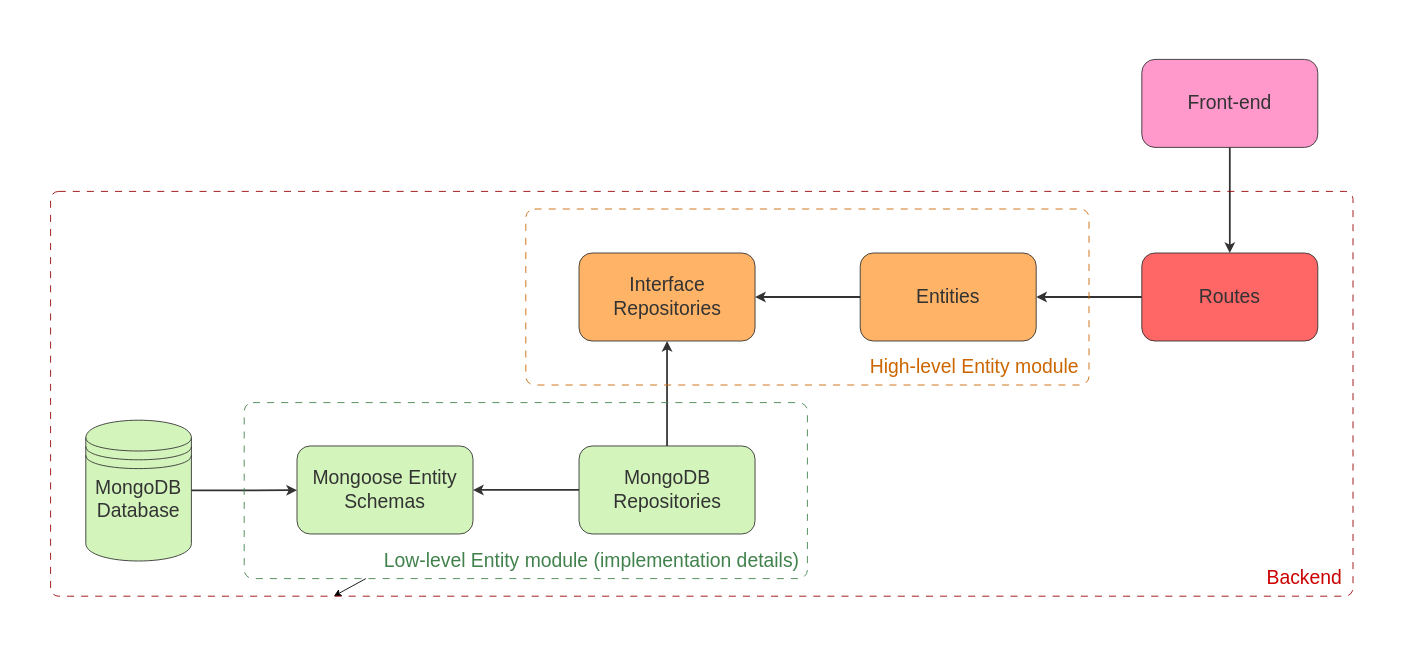
Earlier version of the draw.io diagram docs/diagrams/architecture.drawio (MathisJANKOVIC/EatInGreen). Source tidied: cells renumbered, new cells numbered last; positions are measured from the earlier drawing's top-left corner, leaving out a move shared by most shapes. Both pictures are drawn from the tidied source at 88%, with x=0, y=0 at pixel (15, 15).
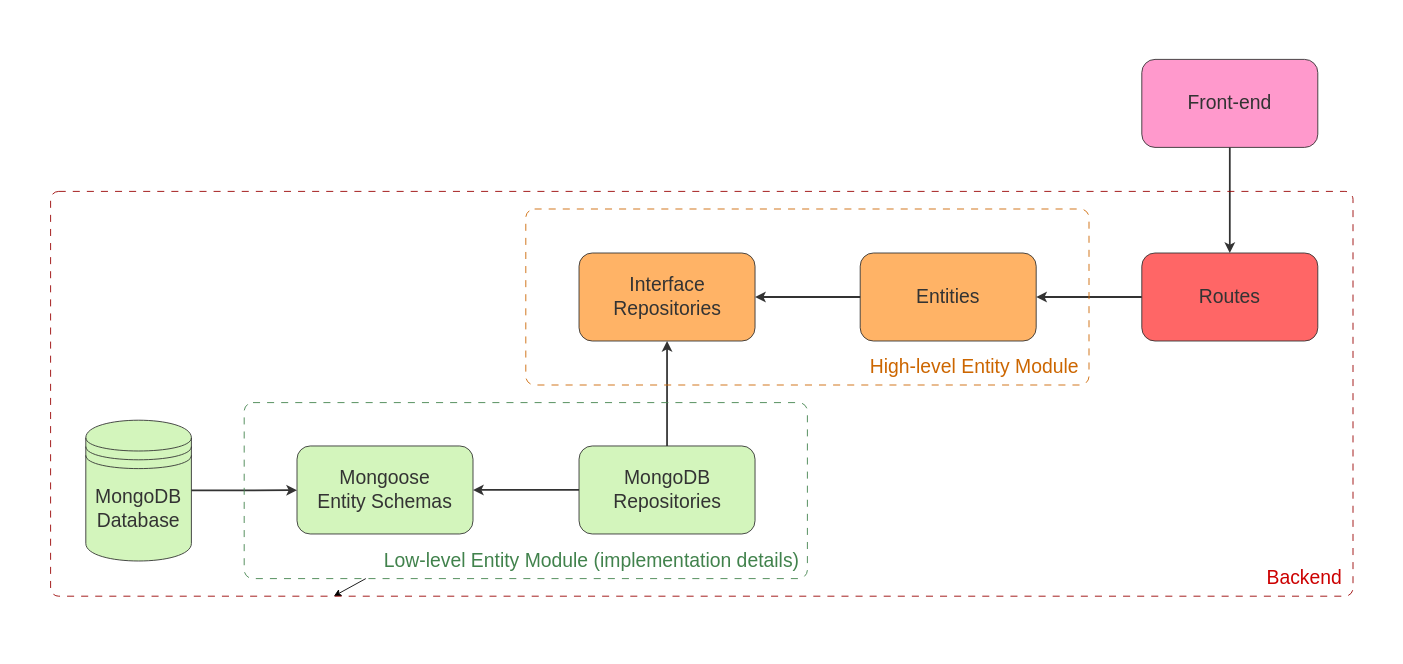
Above is the later version.

Commit message (it also covers changes not shown here):
Add modules delimitation in details architecture diagram

Unchanged cells that the change refers to:
```xml
<mxCell id="2" style="swimlane;startSize=0;strokeColor=none;" parent="1" vertex="1">
  <mxGeometry width="1560" height="720" as="geometry" />
</mxCell>
```

The edit, as a diff of the source:
```diff
@@
-    <mxCell id="4" value="&lt;font style=&quot;font-size: 22px;&quot; color=&quot;#333333&quot;&gt;MongoDB Database&lt;/font&gt;" style="text;strokeColor=none;align=center;fillColor=none;html=1;verticalAlign=middle;whiteSpace=wrap;rounded=0;" parent="2" vertex="1">
-      <mxGeometry x="96" y="521.1" width="88" height="58" as="geometry" />
-    </mxCell>
-    <mxCell id="5" value="&lt;span style=&quot;font-size: 22px;&quot;&gt;Mongoose Entity Schemas&lt;/span&gt;" style="rounded=1;whiteSpace=wrap;html=1;strokeColor=#333333;fontColor=#333333;fillColor=#D3F5BC;" parent="2" vertex="1">
+    <mxCell id="5" value="&lt;span style=&quot;font-size: 22px;&quot;&gt;Mongoose &lt;br&gt;Entity Schemas&lt;/span&gt;" style="rounded=1;whiteSpace=wrap;html=1;strokeColor=#333333;fontColor=#333333;fillColor=#D3F5BC;" parent="2" vertex="1">
       <mxGeometry x="320" y="489.3" width="200" height="100" as="geometry" />
     </mxCell>
@@
-    <mxCell id="18" value="&lt;font&gt;High-level Entity module&lt;/font&gt;" style="text;strokeColor=none;align=center;fillColor=none;html=1;verticalAlign=middle;whiteSpace=wrap;rounded=0;shadow=0;glass=0;dashed=1;dashPattern=8 8;sketch=0;fontSize=22;fontColor=#CC6600;" parent="2" vertex="1">
+    <mxCell id="18" value="&lt;font&gt;High-level Entity Module&lt;/font&gt;" style="text;strokeColor=none;align=center;fillColor=none;html=1;verticalAlign=middle;whiteSpace=wrap;rounded=0;shadow=0;glass=0;dashed=1;dashPattern=8 8;sketch=0;fontSize=22;fontColor=#CC6600;" parent="2" vertex="1">
       <mxGeometry x="960" y="380" width="260" height="40" as="geometry" />
     </mxCell>
@@
-    <mxCell id="21" value="Low-level Entity module (implementation details)" style="text;strokeColor=none;align=center;fillColor=none;html=1;verticalAlign=middle;whiteSpace=wrap;rounded=0;shadow=0;glass=0;dashed=1;dashPattern=8 8;sketch=0;fontSize=22;fontColor=#41824C;" parent="2" vertex="1">
+    <mxCell id="21" value="Low-level Entity Module (implementation details)" style="text;strokeColor=none;align=center;fillColor=none;html=1;verticalAlign=middle;whiteSpace=wrap;rounded=0;shadow=0;glass=0;dashed=1;dashPattern=8 8;sketch=0;fontSize=22;fontColor=#41824C;" parent="2" vertex="1">
       <mxGeometry x="410" y="600" width="490" height="40" as="geometry" />
     </mxCell>
@@
+    <mxCell id="4" value="&lt;font style=&quot;font-size: 22px;&quot; color=&quot;#333333&quot;&gt;MongoDB Database&lt;/font&gt;" style="text;strokeColor=none;align=center;fillColor=none;html=1;verticalAlign=middle;whiteSpace=wrap;rounded=0;" parent="1" vertex="1">
+      <mxGeometry x="96" y="532.1" width="88" height="58" as="geometry" />
+    </mxCell>
```
